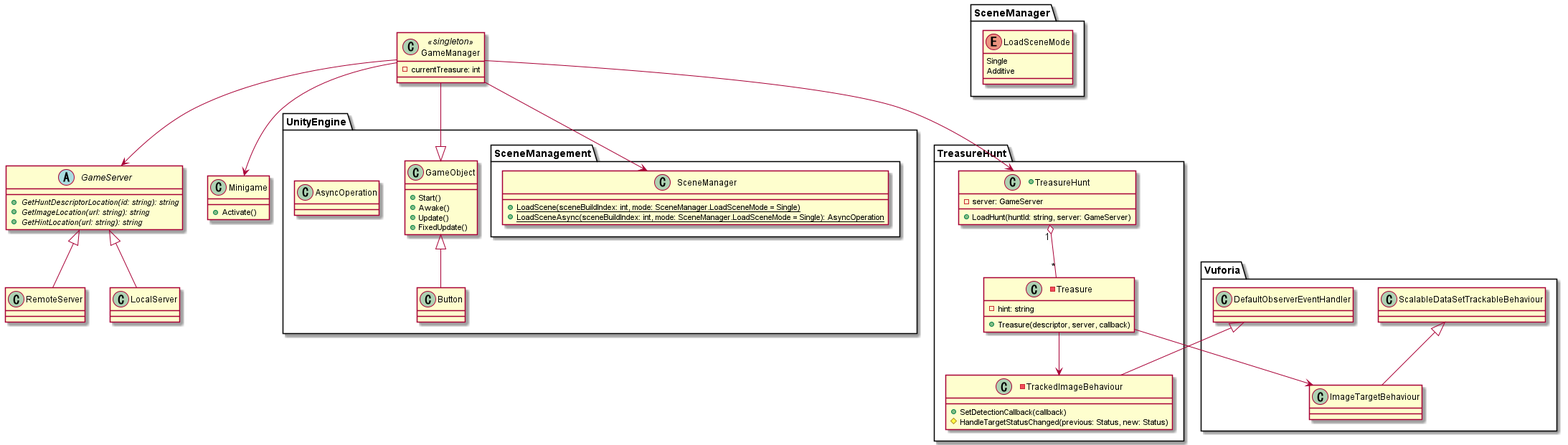
Above: Docs/plantuml/treasureHunt/entities.png in Lory9811/ARTreasureHunt (PlantUML), before the change.
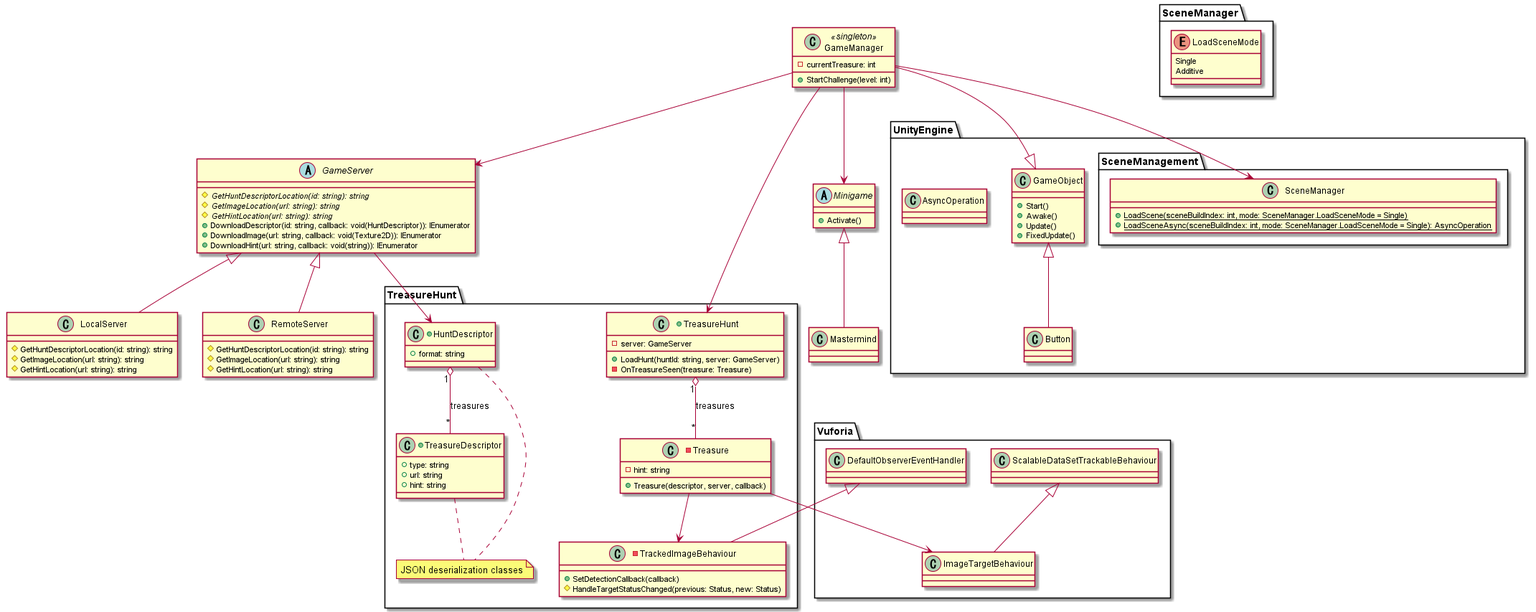
After the change.

What changed in the source:
```diff
@@ -6,6 +6,7 @@
 package "TreasureHunt" {
 	+class TreasureHunt {
 		+LoadHunt(huntId: string, server: GameServer)
+		-OnTreasureSeen(treasure: Treasure)
 		-server: GameServer
 	}
 
@@ -19,26 +20,57 @@
 		#HandleTargetStatusChanged(previous: Status, new: Status)
 	}
 
-	TreasureHunt "1" o-- "*" Treasure
+	+class HuntDescriptor {
+		+format: string
+	}
+
+	+class TreasureDescriptor {
+		+type: string
+		+url: string
+		+hint: string
+	}
+
+	HuntDescriptor "1" o-- "*" TreasureDescriptor: "treasures"
+
+	TreasureHunt "1" o-- "*" Treasure: "treasures"
 	Treasure --> TrackedImageBehaviour
 	Treasure --> ImageTargetBehaviour
+
+	note "JSON deserialization classes" as json_note
+
+	HuntDescriptor .. json_note
+	TreasureDescriptor .. json_note
 }
 
 abstract GameServer {
-	{abstract} +GetHuntDescriptorLocation(id: string): string
-	{abstract} +GetImageLocation(url: string): string
-	{abstract} +GetHintLocation(url: string): string
+	{abstract} #GetHuntDescriptorLocation(id: string): string
+	{abstract} #GetImageLocation(url: string): string
+	{abstract} #GetHintLocation(url: string): string
+	+DownloadDescriptor(id: string, callback: void(HuntDescriptor)): IEnumerator
+	+DownloadImage(url: string, callback: void(Texture2D)): IEnumerator
+	+DownloadHint(url: string, callback: void(string)): IEnumerator
 }
 
-class LocalServer
+class LocalServer {
+	#GetHuntDescriptorLocation(id: string): string
+	#GetImageLocation(url: string): string
+	#GetHintLocation(url: string): string
+}
 
-class RemoteServer
+class RemoteServer {
+	#GetHuntDescriptorLocation(id: string): string
+	#GetImageLocation(url: string): string
+	#GetHintLocation(url: string): string
+}
 
-class Minigame {
+abstract Minigame {
 	+Activate()
 }
 
+class Mastermind
+
 class GameManager <<singleton>> {
+	+StartChallenge(level: int)
 	-currentTreasure: int
 }
 
@@ -46,11 +78,15 @@
 GameServer <|-- LocalServer
 GameServer <|-- RemoteServer
 
+Minigame <|-- Mastermind
+
 GameManager --> Minigame
 GameManager --> SceneManager
 GameManager --> GameServer
 GameManager --> TreasureHunt
 
+GameServer --> HuntDescriptor
+
 DefaultObserverEventHandler <|-- TrackedImageBehaviour
 
 @enduml
```
